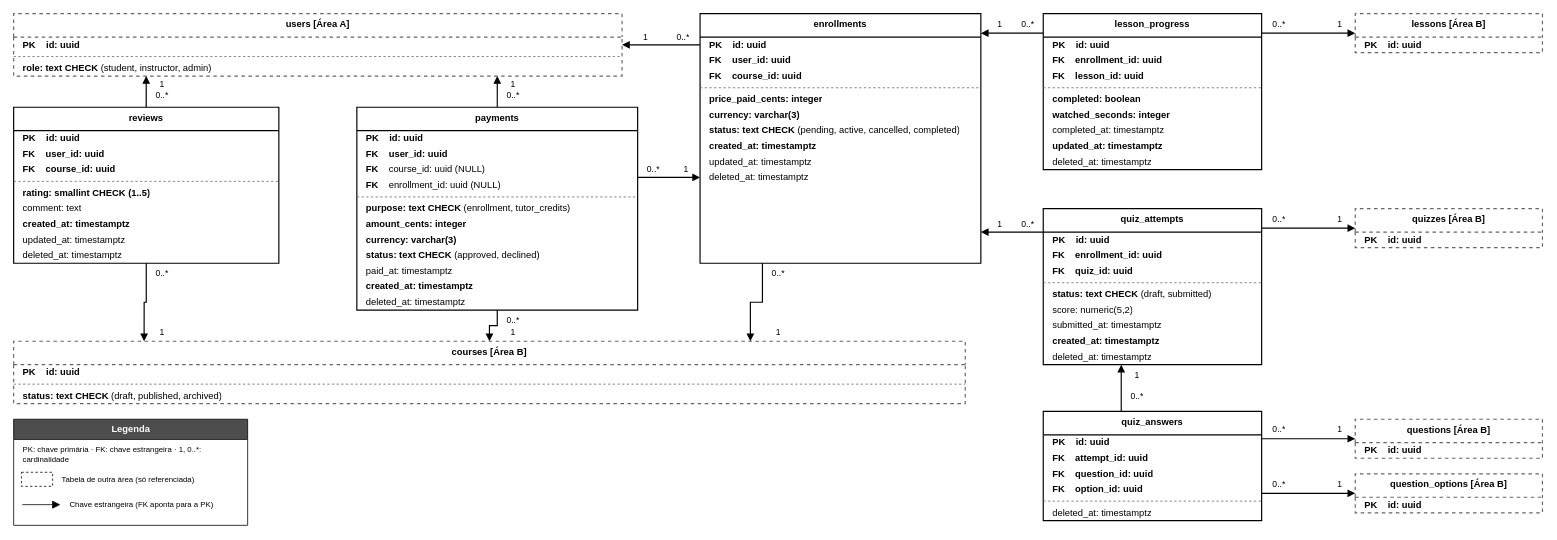
Before: especificacao/diagramas/12-modelo-de-dados-area-c.drawio in Plataforma-de-Cursos-TCC/plataforma-cursos-docs, a draw.io diagram. Source tidied: cells renumbered, new cells numbered last; positions are measured from the earlier drawing's top-left corner, leaving out a move shared by most shapes. Both pictures are drawn from the tidied source at 78%, with x=0, y=0 at pixel (13, 13).
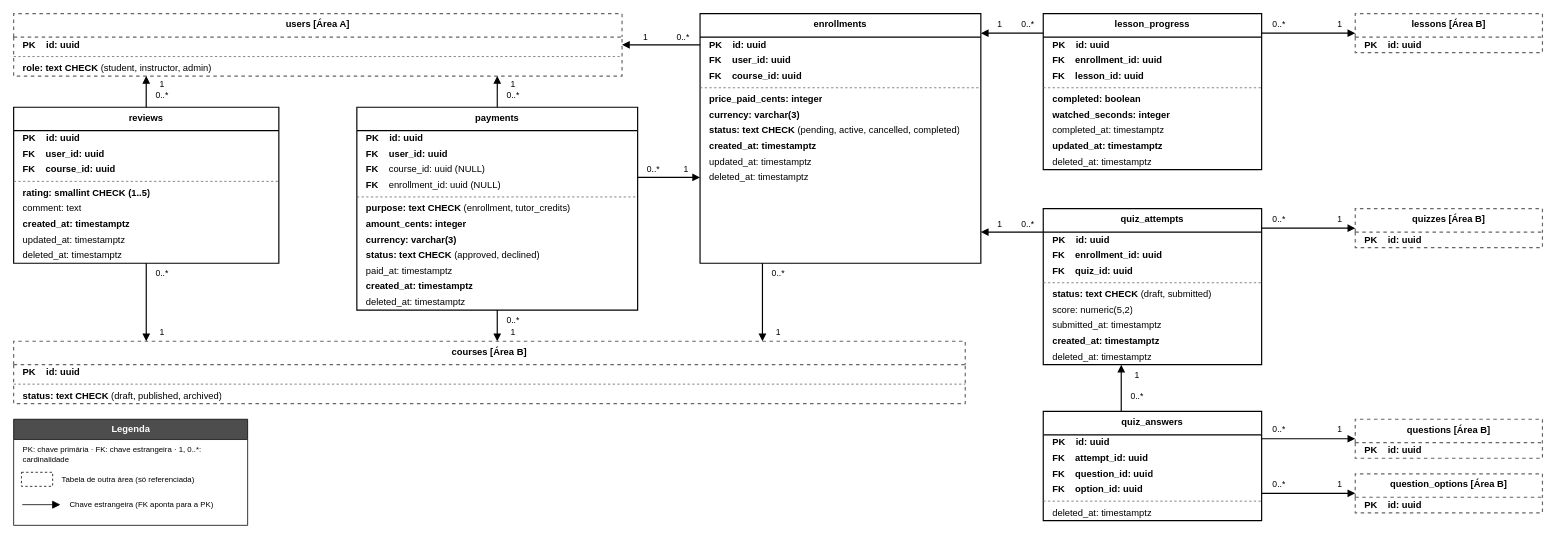
The same page after the edit.

The change refers to these unchanged cells:
```xml
<mxCell id="6" value="reviews" style="swimlane;fontStyle=1;align=center;verticalAlign=top;horizontal=1;startSize=30;whiteSpace=wrap;html=1;fillColor=#FFFFFF;strokeColor=#000000;strokeWidth=1.5;fontFamily=Helvetica;fontSize=12;" parent="1" vertex="1">
  <mxGeometry y="120" width="340" height="200" as="geometry" />
</mxCell>
<mxCell id="16" value="courses [Área B]" style="swimlane;fontStyle=1;align=center;verticalAlign=top;horizontal=1;startSize=30;whiteSpace=wrap;html=1;fillColor=#FFFFFF;strokeColor=#666666;strokeWidth=1.5;strokeFactor=1;fontFamily=Helvetica;fontSize=12;dashed=1;" parent="1" vertex="1">
  <mxGeometry y="420" width="1220" height="80" as="geometry" />
</mxCell>
<mxCell id="20" value="enrollments" style="swimlane;fontStyle=1;align=center;verticalAlign=top;horizontal=1;startSize=30;whiteSpace=wrap;html=1;fillColor=#FFFFFF;strokeColor=#000000;strokeWidth=1.5;fontFamily=Helvetica;fontSize=12;" parent="1" vertex="1">
  <mxGeometry x="880" width="360" height="320" as="geometry" />
</mxCell>
<mxCell id="31" value="payments" style="swimlane;fontStyle=1;align=center;verticalAlign=top;horizontal=1;startSize=30;whiteSpace=wrap;html=1;fillColor=#FFFFFF;strokeColor=#000000;strokeWidth=1.5;fontFamily=Helvetica;fontSize=12;" parent="1" vertex="1">
  <mxGeometry x="440" y="120" width="360" height="260" as="geometry" />
</mxCell>
```

What changed in the source:
```diff
@@
-    <mxCell id="82" style="edgeStyle=orthogonalEdgeStyle;rounded=0;jettySize=auto;html=1;strokeColor=#000000;strokeWidth=1.5;endArrow=block;endFill=1;exitX=0.5;exitY=1;entryX=0.1371;entryY=0;" parent="1" edge="1" source="6" target="16">
+    <mxCell id="82" style="edgeStyle=orthogonalEdgeStyle;rounded=0;jettySize=auto;html=1;strokeColor=#000000;strokeWidth=1.5;endArrow=block;endFill=1;exitX=0.5;exitY=1;entryX=0.139344;entryY=0;" parent="1" edge="1" source="6" target="16">
       <mxGeometry relative="1" as="geometry" />
     </mxCell>
@@
-    <mxCell id="94" style="edgeStyle=orthogonalEdgeStyle;rounded=0;jettySize=auto;html=1;strokeColor=#000000;strokeWidth=1.5;endArrow=block;endFill=1;exitX=0.2222;exitY=1;entryX=0.7742;entryY=0;" parent="1" edge="1" source="20" target="16">
+    <mxCell id="94" style="edgeStyle=orthogonalEdgeStyle;rounded=0;jettySize=auto;html=1;strokeColor=#000000;strokeWidth=1.5;endArrow=block;endFill=1;exitX=0.222222;exitY=1;entryX=0.786885;entryY=0;" parent="1" edge="1" source="20" target="16">
       <mxGeometry relative="1" as="geometry" />
     </mxCell>
@@
-    <mxCell id="97" style="edgeStyle=orthogonalEdgeStyle;rounded=0;jettySize=auto;html=1;strokeColor=#000000;strokeWidth=1.5;endArrow=block;endFill=1;exitX=0.5;exitY=1;entryX=0.5;entryY=0;" parent="1" edge="1" source="31" target="16">
+    <mxCell id="97" style="edgeStyle=orthogonalEdgeStyle;rounded=0;jettySize=auto;html=1;strokeColor=#000000;strokeWidth=1.5;endArrow=block;endFill=1;exitX=0.5;exitY=1;entryX=0.508197;entryY=0;" parent="1" edge="1" source="31" target="16">
       <mxGeometry relative="1" as="geometry" />
     </mxCell>
```
